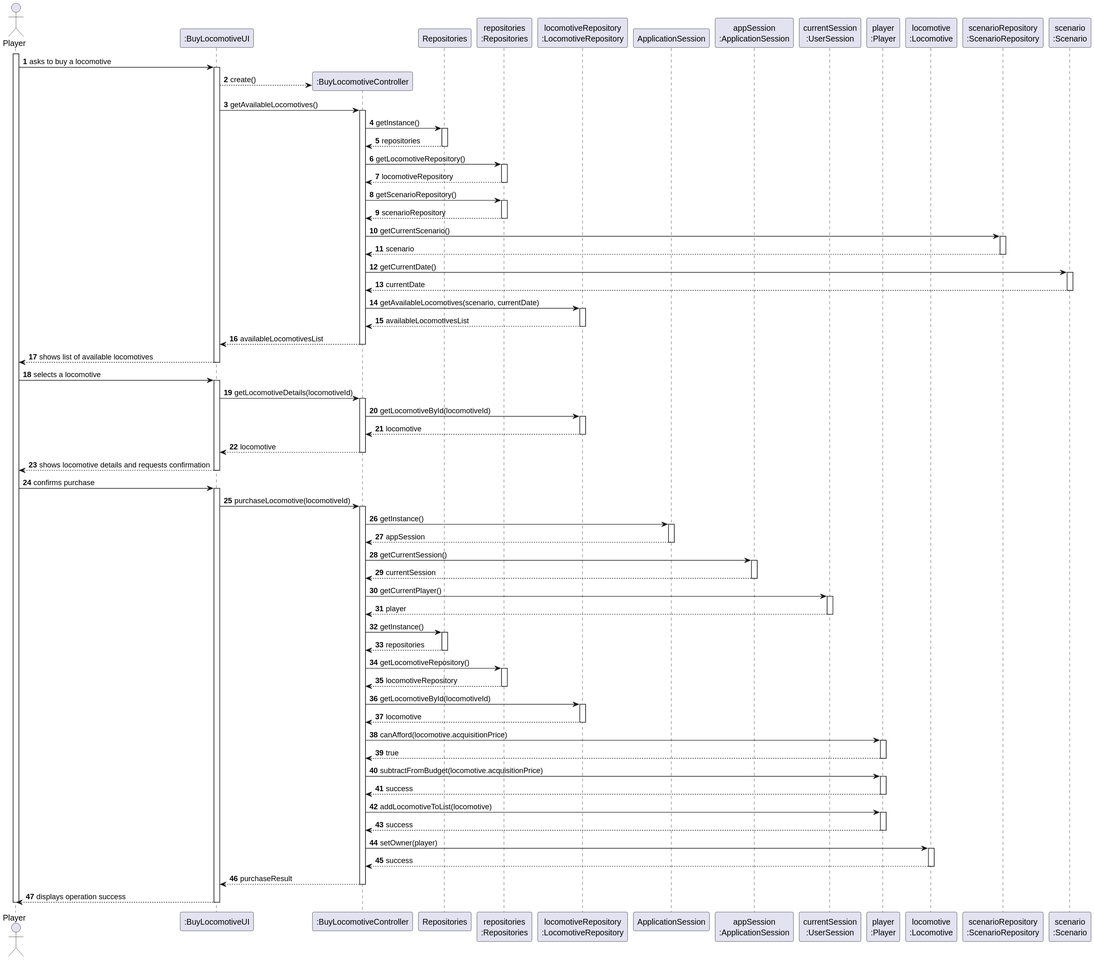
Before: docs/system-documentation/Sprint 2/US09/03.design/svg/US09-SD-full.svg, a diagram exported from PlantUML (HenriqueSilva18/Railway-Network-Simulator).
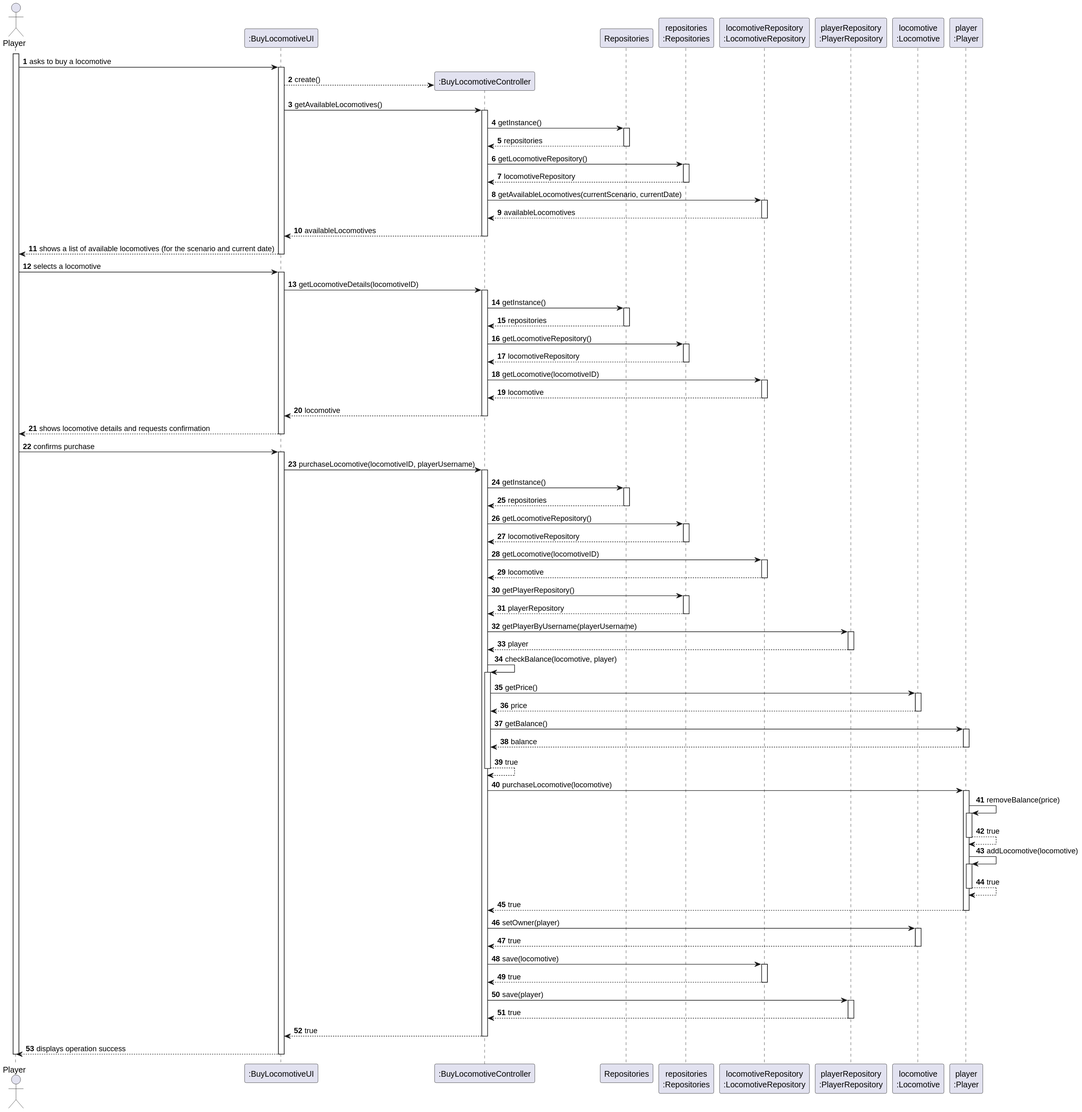
Above is the later version.

Change to the diagram source:
```diff
@@ -10,13 +10,9 @@
 participant "Repositories" as REPOS
 participant "repositories\n:Repositories" as REPOS_SINGLETON
 participant "locomotiveRepository\n:LocomotiveRepository" as LOC_REPO
-participant "ApplicationSession" as APP_SESSION
-participant "appSession\n:ApplicationSession" as APP_SESSION_SINGLETON
-participant "currentSession\n:UserSession" as CURRENT_SESSION
+participant "playerRepository\n:PlayerRepository" as PLAYER_REPO
+participant "locomotive\n:Locomotive" as LOCOMOTIVE
 participant "player\n:Player" as PLAYER_OBJ
-participant "locomotive\n:Locomotive" as LOCOMOTIVE
-participant "scenarioRepository\n:ScenarioRepository" as SCENARIO_REPO
-participant "scenario\n:Scenario" as SCENARIO
 
 activate PLAYER
 
@@ -26,50 +22,43 @@
 
         UI -> CTRL : getAvailableLocomotives()
         activate CTRL
-
             CTRL -> REPOS : getInstance()
             activate REPOS
-                REPOS --> CTRL : repositories
+                REPOS --> CTRL: repositories
             deactivate REPOS
 
             CTRL -> REPOS_SINGLETON : getLocomotiveRepository()
             activate REPOS_SINGLETON
-                REPOS_SINGLETON --> CTRL : locomotiveRepository
+                REPOS_SINGLETON --> CTRL: locomotiveRepository
             deactivate REPOS_SINGLETON
 
-            CTRL -> REPOS_SINGLETON : getScenarioRepository()
-            activate REPOS_SINGLETON
-                REPOS_SINGLETON --> CTRL : scenarioRepository
-            deactivate REPOS_SINGLETON
-
-            CTRL -> SCENARIO_REPO : getCurrentScenario()
-            activate SCENARIO_REPO
-                SCENARIO_REPO --> CTRL : scenario
-            deactivate SCENARIO_REPO
-
-            CTRL -> SCENARIO : getCurrentDate()
-            activate SCENARIO
-                SCENARIO --> CTRL : currentDate
-            deactivate SCENARIO
-
-            CTRL -> LOC_REPO : getAvailableLocomotives(scenario, currentDate)
+            CTRL -> LOC_REPO : getAvailableLocomotives(currentScenario, currentDate)
             activate LOC_REPO
-                LOC_REPO --> CTRL : availableLocomotivesList
+                LOC_REPO --> CTRL : availableLocomotives
             deactivate LOC_REPO
 
-            CTRL --> UI : availableLocomotivesList
+            CTRL --> UI : availableLocomotives
         deactivate CTRL
 
-        UI --> PLAYER : shows list of available locomotives
+        UI --> PLAYER : shows a list of available locomotives (for the scenario and current date)
     deactivate UI
 
     PLAYER -> UI : selects a locomotive
     activate UI
 
-        UI -> CTRL : getLocomotiveDetails(locomotiveId)
+        UI -> CTRL : getLocomotiveDetails(locomotiveID)
         activate CTRL
+            CTRL -> REPOS : getInstance()
+            activate REPOS
+                REPOS --> CTRL: repositories
+            deactivate REPOS
 
-            CTRL -> LOC_REPO : getLocomotiveById(locomotiveId)
+            CTRL -> REPOS_SINGLETON : getLocomotiveRepository()
+            activate REPOS_SINGLETON
+                REPOS_SINGLETON --> CTRL: locomotiveRepository
+            deactivate REPOS_SINGLETON
+
+            CTRL -> LOC_REPO : getLocomotive(locomotiveID)
             activate LOC_REPO
                 LOC_REPO --> CTRL : locomotive
             deactivate LOC_REPO
@@ -83,60 +72,79 @@
     PLAYER -> UI : confirms purchase
     activate UI
 
-        UI -> CTRL : purchaseLocomotive(locomotiveId)
+        UI -> CTRL : purchaseLocomotive(locomotiveID, playerUsername)
         activate CTRL
-
-            CTRL -> APP_SESSION : getInstance()
-            activate APP_SESSION
-                APP_SESSION --> CTRL : appSession
-            deactivate APP_SESSION
-
-            CTRL -> APP_SESSION_SINGLETON : getCurrentSession()
-            activate APP_SESSION_SINGLETON
-                APP_SESSION_SINGLETON --> CTRL : currentSession
-            deactivate APP_SESSION_SINGLETON
-
-            CTRL -> CURRENT_SESSION : getCurrentPlayer()
-            activate CURRENT_SESSION
-                CURRENT_SESSION --> CTRL : player
-            deactivate CURRENT_SESSION
-
             CTRL -> REPOS : getInstance()
             activate REPOS
-                REPOS --> CTRL : repositories
+                REPOS --> CTRL: repositories
             deactivate REPOS
 
             CTRL -> REPOS_SINGLETON : getLocomotiveRepository()
             activate REPOS_SINGLETON
-                REPOS_SINGLETON --> CTRL : locomotiveRepository
+                REPOS_SINGLETON --> CTRL: locomotiveRepository
             deactivate REPOS_SINGLETON
 
-            CTRL -> LOC_REPO : getLocomotiveById(locomotiveId)
+            CTRL -> LOC_REPO : getLocomotive(locomotiveID)
             activate LOC_REPO
                 LOC_REPO --> CTRL : locomotive
             deactivate LOC_REPO
 
-            CTRL -> PLAYER_OBJ : canAfford(locomotive.acquisitionPrice)
+            CTRL -> REPOS_SINGLETON : getPlayerRepository()
+            activate REPOS_SINGLETON
+                REPOS_SINGLETON --> CTRL: playerRepository
+            deactivate REPOS_SINGLETON
+
+            CTRL -> PLAYER_REPO : getPlayerByUsername(playerUsername)
+            activate PLAYER_REPO
+                PLAYER_REPO --> CTRL : player
+            deactivate PLAYER_REPO
+
+            CTRL -> CTRL : checkBalance(locomotive, player)
+            activate CTRL
+                CTRL -> LOCOMOTIVE : getPrice()
+                activate LOCOMOTIVE
+                    LOCOMOTIVE --> CTRL : price
+                deactivate LOCOMOTIVE
+
+                CTRL -> PLAYER_OBJ : getBalance()
+                activate PLAYER_OBJ
+                    PLAYER_OBJ --> CTRL : balance
+                deactivate PLAYER_OBJ
+
+                CTRL --> CTRL : true
+            deactivate CTRL
+
+            CTRL -> PLAYER_OBJ : purchaseLocomotive(locomotive)
             activate PLAYER_OBJ
+                PLAYER_OBJ -> PLAYER_OBJ : removeBalance(price)
+                activate PLAYER_OBJ
+                    PLAYER_OBJ --> PLAYER_OBJ : true
+                deactivate PLAYER_OBJ
+
+                PLAYER_OBJ -> PLAYER_OBJ : addLocomotive(locomotive)
+                activate PLAYER_OBJ
+                    PLAYER_OBJ --> PLAYER_OBJ : true
+                deactivate PLAYER_OBJ
+
                 PLAYER_OBJ --> CTRL : true
-            deactivate PLAYER_OBJ
-
-            CTRL -> PLAYER_OBJ : subtractFromBudget(locomotive.acquisitionPrice)
-            activate PLAYER_OBJ
-                PLAYER_OBJ --> CTRL : success
-            deactivate PLAYER_OBJ
-
-            CTRL -> PLAYER_OBJ : addLocomotiveToList(locomotive)
-            activate PLAYER_OBJ
-                PLAYER_OBJ --> CTRL : success
             deactivate PLAYER_OBJ
 
             CTRL -> LOCOMOTIVE : setOwner(player)
             activate LOCOMOTIVE
-                LOCOMOTIVE --> CTRL : success
+                LOCOMOTIVE --> CTRL : true
             deactivate LOCOMOTIVE
 
-            CTRL --> UI : purchaseResult
+            CTRL -> LOC_REPO : save(locomotive)
+            activate LOC_REPO
+                LOC_REPO --> CTRL : true
+            deactivate LOC_REPO
+
+            CTRL -> PLAYER_REPO : save(player)
+            activate PLAYER_REPO
+                PLAYER_REPO --> CTRL : true
+            deactivate PLAYER_REPO
+
+            CTRL --> UI : true
         deactivate CTRL
 
         UI --> PLAYER : displays operation success
```
